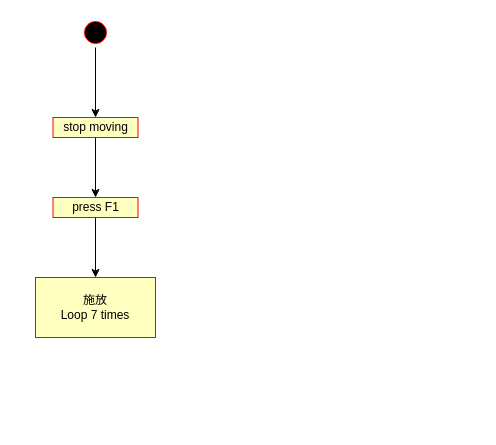
This is BuffAction.drawio from YannieCheung/botgrams, a draw.io file, before an edit. Source tidied: cells renumbered, new cells numbered last; positions are measured from the earlier drawing's top-left corner, leaving out a move shared by most shapes. Both pictures are drawn from the tidied source at 100%, with x=0, y=0 at pixel (35, 17).
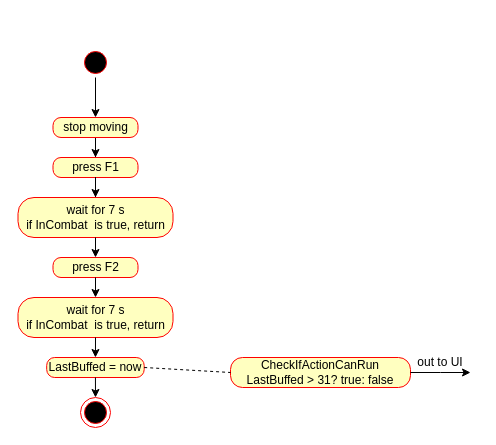
After the change.

Change to the diagram source:
```diff
@@
     <mxCell id="3" style="ellipse;html=1;shape=startState;fillColor=#000000;strokeColor=#ff0000;" parent="1" vertex="1">
-      <mxGeometry x="45" width="30" height="30" as="geometry" />
+      <mxGeometry x="45" y="30" width="30" height="30" as="geometry" />
     </mxCell>
@@
-    <mxCell id="5" value="stop moving" style="rounded=0;whiteSpace=wrap;html=1;arcSize=40;fontColor=#000000;fillColor=#ffffc0;strokeColor=#ff0000;shadow=0;" parent="1" vertex="1">
+    <mxCell id="5" value="stop moving" style="rounded=1;whiteSpace=wrap;html=1;arcSize=40;fontColor=#000000;fillColor=#ffffc0;strokeColor=#ff0000;shadow=0;" parent="1" vertex="1">
       <mxGeometry x="17.5" y="100" width="85" height="20" as="geometry" />
     </mxCell>
-    <mxCell id="6" style="edgeStyle=orthogonalEdgeStyle;rounded=0;jettySize=auto;html=1;" parent="1" edge="1" source="7" target="8">
-      <mxGeometry relative="1" as="geometry" />
-    </mxCell>
-    <mxCell id="7" value="press F1" style="whiteSpace=wrap;html=1;fillColor=#ffffc0;strokeColor=#ff0000;fontColor=#000000;rounded=0;arcSize=40;shadow=0;" parent="1" vertex="1">
-      <mxGeometry x="17.5" y="180" width="85" height="20" as="geometry" />
+    <mxCell id="7" value="press F1" style="whiteSpace=wrap;html=1;fillColor=#ffffc0;strokeColor=#ff0000;fontColor=#000000;rounded=1;arcSize=40;shadow=0;" parent="1" vertex="1">
+      <mxGeometry x="17.5" y="140" width="85" height="20" as="geometry" />
     </mxCell>
-    <mxCell id="8" value="施放&lt;br&gt;Loop 7 times" style="whiteSpace=wrap;html=1;fillColor=#ffffc0;strokeColor=#ff0000;fontColor=#000000;rounded=0;arcSize=40;shadow=0;" parent="1" vertex="1">
-      <mxGeometry y="260" width="120" height="60" as="geometry" />
-    </mxCell>
+    <mxCell id="9" style="edgeStyle=orthogonalEdgeStyle;rounded=0;jettySize=auto;html=1;exitX=0.5;exitY=1;exitDx=0;exitDy=0;" parent="1" edge="1" source="7" target="10">
+      <mxGeometry relative="1" as="geometry" />
+    </mxCell>
+    <mxCell id="10" value="wait for 7 s&lt;br&gt;if InCombat&amp;nbsp; is true, return" style="whiteSpace=wrap;html=1;fillColor=#ffffc0;strokeColor=#ff0000;fontColor=#000000;rounded=1;arcSize=40;shadow=0;" parent="1" vertex="1">
+      <mxGeometry x="-17.5" y="180" width="155" height="40" as="geometry" />
+    </mxCell>
+    <mxCell id="11" value="press F2" style="whiteSpace=wrap;html=1;fillColor=#ffffc0;strokeColor=#ff0000;fontColor=#000000;rounded=1;arcSize=40;shadow=0;" parent="1" vertex="1">
+      <mxGeometry x="17.5" y="240" width="85" height="20" as="geometry" />
+    </mxCell>
+    <mxCell id="12" style="edgeStyle=orthogonalEdgeStyle;rounded=0;jettySize=auto;html=1;exitX=0.5;exitY=1;exitDx=0;exitDy=0;entryX=0.5;entryY=0;entryDx=0;entryDy=0;" parent="1" edge="1" source="10" target="11">
+      <mxGeometry relative="1" as="geometry" />
+    </mxCell>
+    <mxCell id="13" value="wait for 7 s&lt;br&gt;if InCombat&amp;nbsp; is true, return" style="whiteSpace=wrap;html=1;fillColor=#ffffc0;strokeColor=#ff0000;fontColor=#000000;rounded=1;arcSize=40;shadow=0;" parent="1" vertex="1">
+      <mxGeometry x="-17.5" y="280" width="155" height="40" as="geometry" />
+    </mxCell>
+    <mxCell id="14" style="edgeStyle=orthogonalEdgeStyle;rounded=0;jettySize=auto;html=1;exitX=0.5;exitY=1;exitDx=0;exitDy=0;entryX=0.5;entryY=0;entryDx=0;entryDy=0;" parent="1" edge="1" source="11" target="13">
+      <mxGeometry relative="1" as="geometry" />
+    </mxCell>
+    <mxCell id="15" value="LastBuffed = now" style="whiteSpace=wrap;html=1;fillColor=#ffffc0;strokeColor=#ff0000;fontColor=#000000;rounded=1;arcSize=40;shadow=0;" parent="1" vertex="1">
+      <mxGeometry x="11.2" y="340" width="97.5" height="20" as="geometry" />
+    </mxCell>
+    <mxCell id="16" style="edgeStyle=orthogonalEdgeStyle;rounded=0;jettySize=auto;html=1;exitX=0.5;exitY=1;exitDx=0;exitDy=0;entryX=0.5;entryY=0;entryDx=0;entryDy=0;" parent="1" edge="1" source="13" target="15">
+      <mxGeometry relative="1" as="geometry" />
+    </mxCell>
+    <mxCell id="17" style="ellipse;html=1;shape=endState;fillColor=#000000;strokeColor=#ff0000;rounded=1;" parent="1" vertex="1">
+      <mxGeometry x="45" y="380" width="30" height="30" as="geometry" />
+    </mxCell>
+    <mxCell id="18" style="edgeStyle=orthogonalEdgeStyle;rounded=0;jettySize=auto;html=1;exitX=0.5;exitY=1;exitDx=0;exitDy=0;entryX=0.5;entryY=0;entryDx=0;entryDy=0;" parent="1" edge="1" source="15" target="17">
+      <mxGeometry relative="1" as="geometry" />
+    </mxCell>
+    <mxCell id="19" value="CheckIfActionCanRun&lt;br&gt;LastBuffed &amp;gt; 31? true: false" style="whiteSpace=wrap;html=1;fillColor=#ffffc0;strokeColor=#ff0000;fontColor=#000000;rounded=1;arcSize=40;shadow=0;" parent="1" vertex="1">
+      <mxGeometry x="195" y="340" width="180" height="30" as="geometry" />
+    </mxCell>
+    <mxCell id="20" style="endArrow=none;dashed=1;html=1;rounded=0;exitX=1;exitY=0.5;exitDx=0;exitDy=0;entryX=0;entryY=0.5;entryDx=0;entryDy=0;" parent="1" edge="1" source="15" target="19">
+      <mxGeometry relative="1" as="geometry" />
+    </mxCell>
+    <mxCell id="21" style="edgeStyle=orthogonalEdgeStyle;rounded=0;jettySize=auto;html=1;exitX=1;exitY=0.5;exitDx=0;exitDy=0;" parent="1" edge="1" source="19">
+      <mxGeometry relative="1" as="geometry">
+        <mxPoint x="435" y="355" as="targetPoint" />
+      </mxGeometry>
+    </mxCell>
+    <mxCell id="22" value="out to UI" style="text;html=1;strokeColor=none;fillColor=none;align=center;verticalAlign=middle;whiteSpace=wrap;rounded=0;" parent="1" vertex="1">
+      <mxGeometry x="375" y="330" width="60" height="30" as="geometry" />
+    </mxCell>
```
